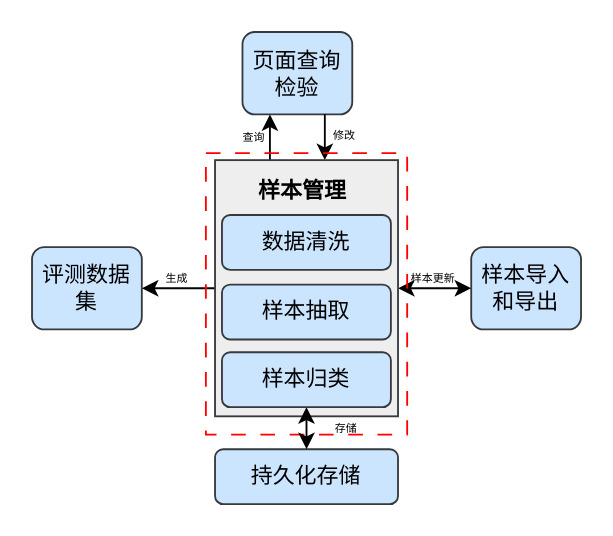
paleblackless/diagrams keeps this draw.io diagram as page "样本管理" (6 of 7) of 电力物联网边缘侧场景下视觉算法模型评估验证技术能力提升.drawio. Above is the earlier version. Source tidied: cells renumbered, new cells numbered last; positions are measured from the earlier drawing's top-left corner, leaving out a move shared by most shapes. Both pictures are drawn from the tidied source at 183%, with x=0, y=0 at pixel (31, 31).
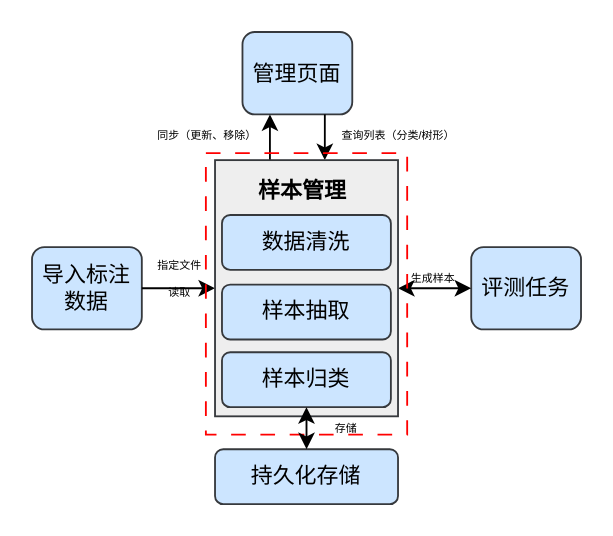
The same diagram, later.

Unchanged cells that the change refers to:
```xml
<mxCell id="15" style="rounded=0;whiteSpace=wrap;html=1;fillColor=#eeeeee;strokeColor=#36393d;" parent="14" vertex="1">
  <mxGeometry width="100" height="140" as="geometry" />
</mxCell>
```

Change to the diagram source:
```diff
@@
-    <mxCell id="3" value="样本导入和导出" style="rounded=1;whiteSpace=wrap;html=1;fillColor=#cce5ff;strokeColor=#36393d;" parent="1" vertex="1">
+    <mxCell id="3" value="评测任务" style="rounded=1;whiteSpace=wrap;html=1;fillColor=#cce5ff;strokeColor=#36393d;" parent="1" vertex="1">
       <mxGeometry x="240" y="117.5" width="60" height="45" as="geometry" />
     </mxCell>
-    <mxCell id="4" value="页面查询检验" style="rounded=1;whiteSpace=wrap;html=1;fillColor=#cce5ff;strokeColor=#36393d;" parent="1" vertex="1">
+    <mxCell id="4" value="管理页面" style="rounded=1;whiteSpace=wrap;html=1;fillColor=#cce5ff;strokeColor=#36393d;" parent="1" vertex="1">
       <mxGeometry x="115" width="60" height="45" as="geometry" />
     </mxCell>
-    <mxCell id="5" value="评测数据集" style="rounded=1;whiteSpace=wrap;html=1;fillColor=#cce5ff;strokeColor=#36393d;" parent="1" vertex="1">
+    <mxCell id="5" value="导入标注数据" style="rounded=1;whiteSpace=wrap;html=1;fillColor=#cce5ff;strokeColor=#36393d;" parent="1" vertex="1">
       <mxGeometry y="117.5" width="60" height="45" as="geometry" />
     </mxCell>
-    <mxCell id="6" style="edgeStyle=orthogonalEdgeStyle;rounded=0;jettySize=auto;html=1;exitX=0;exitY=0.5;exitDx=0;exitDy=0;entryX=1;entryY=0.5;entryDx=0;entryDy=0;" parent="1" edge="1" source="15" target="5">
+    <mxCell id="6" style="edgeStyle=orthogonalEdgeStyle;rounded=0;jettySize=auto;html=1;exitX=0;exitY=0.5;exitDx=0;exitDy=0;entryX=1;entryY=0.5;entryDx=0;entryDy=0;startArrow=classic;startFill=1;endArrow=none;endFill=0;" parent="1" edge="1" source="15" target="5">
       <mxGeometry relative="1" as="geometry" />
     </mxCell>
@@
-    <mxCell id="10" value="&lt;span style=&quot;font-size: 6px;&quot;&gt;生成&lt;/span&gt;" style="text;html=1;strokeColor=none;fillColor=none;align=center;verticalAlign=middle;whiteSpace=wrap;rounded=0;" parent="1" vertex="1">
-      <mxGeometry x="69" y="130" width="21" height="6.5" as="geometry" />
+    <mxCell id="10" value="&lt;span style=&quot;font-size: 6px;&quot;&gt;指定文件&lt;br&gt;读取&lt;/span&gt;" style="text;html=1;strokeColor=none;fillColor=none;align=center;verticalAlign=middle;whiteSpace=wrap;rounded=0;" parent="1" vertex="1">
+      <mxGeometry x="56" y="130" width="50" height="6.5" as="geometry" />
     </mxCell>
-    <mxCell id="11" value="&lt;span style=&quot;font-size: 6px;&quot;&gt;样本更新&lt;/span&gt;" style="text;html=1;strokeColor=none;fillColor=none;align=center;verticalAlign=middle;whiteSpace=wrap;rounded=0;" parent="1" vertex="1">
+    <mxCell id="11" value="&lt;span style=&quot;font-size: 6px;&quot;&gt;生成样本&lt;/span&gt;" style="text;html=1;strokeColor=none;fillColor=none;align=center;verticalAlign=middle;whiteSpace=wrap;rounded=0;" parent="1" vertex="1">
       <mxGeometry x="203" y="130" width="33" height="6.5" as="geometry" />
     </mxCell>
-    <mxCell id="12" value="&lt;font style=&quot;font-size: 6px;&quot;&gt;查询&lt;/font&gt;" style="text;html=1;strokeColor=none;fillColor=none;align=center;verticalAlign=middle;whiteSpace=wrap;rounded=0;" parent="1" vertex="1">
-      <mxGeometry x="110" y="52.5" width="23" height="6.5" as="geometry" />
+    <mxCell id="12" value="&lt;font style=&quot;font-size: 6px;&quot;&gt;同步（更新、移除）&lt;/font&gt;" style="text;html=1;strokeColor=none;fillColor=none;align=center;verticalAlign=middle;whiteSpace=wrap;rounded=0;" parent="1" vertex="1">
+      <mxGeometry x="66" y="51.5" width="60" height="6.5" as="geometry" />
     </mxCell>
-    <mxCell id="13" value="&lt;span style=&quot;font-size: 6px;&quot;&gt;修改&lt;/span&gt;" style="text;html=1;strokeColor=none;fillColor=none;align=center;verticalAlign=middle;whiteSpace=wrap;rounded=0;" parent="1" vertex="1">
-      <mxGeometry x="163.5" y="51.5" width="14" height="6.5" as="geometry" />
+    <mxCell id="13" value="&lt;span style=&quot;font-size: 6px;&quot;&gt;查询列表（分类/树形）&lt;/span&gt;" style="text;html=1;strokeColor=none;fillColor=none;align=center;verticalAlign=middle;whiteSpace=wrap;rounded=0;" parent="1" vertex="1">
+      <mxGeometry x="163.5" y="51.5" width="72.5" height="6.5" as="geometry" />
     </mxCell>
```
